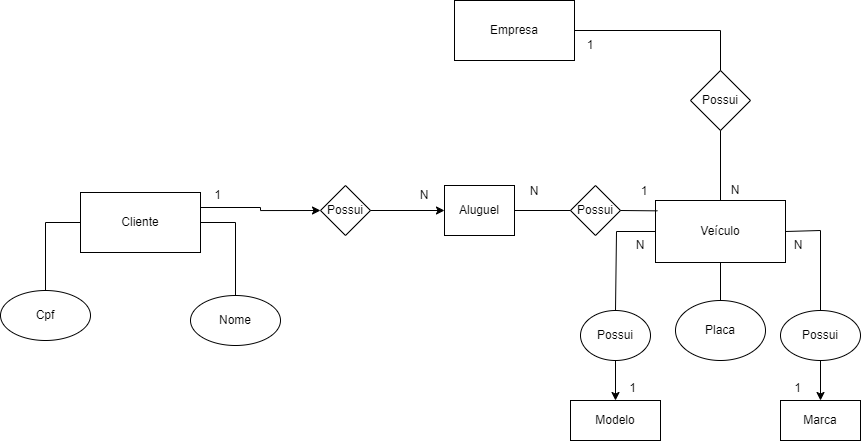
ngoteus/senai_sprrint1 keeps this draw.io diagram as exercicio_1.2/exercicio_1.2.drawio.png. Above is the earlier version. Source tidied: cells renumbered, new cells last; positions are measured from the earlier drawing's top-left corner, leaving out a move shared by most shapes.
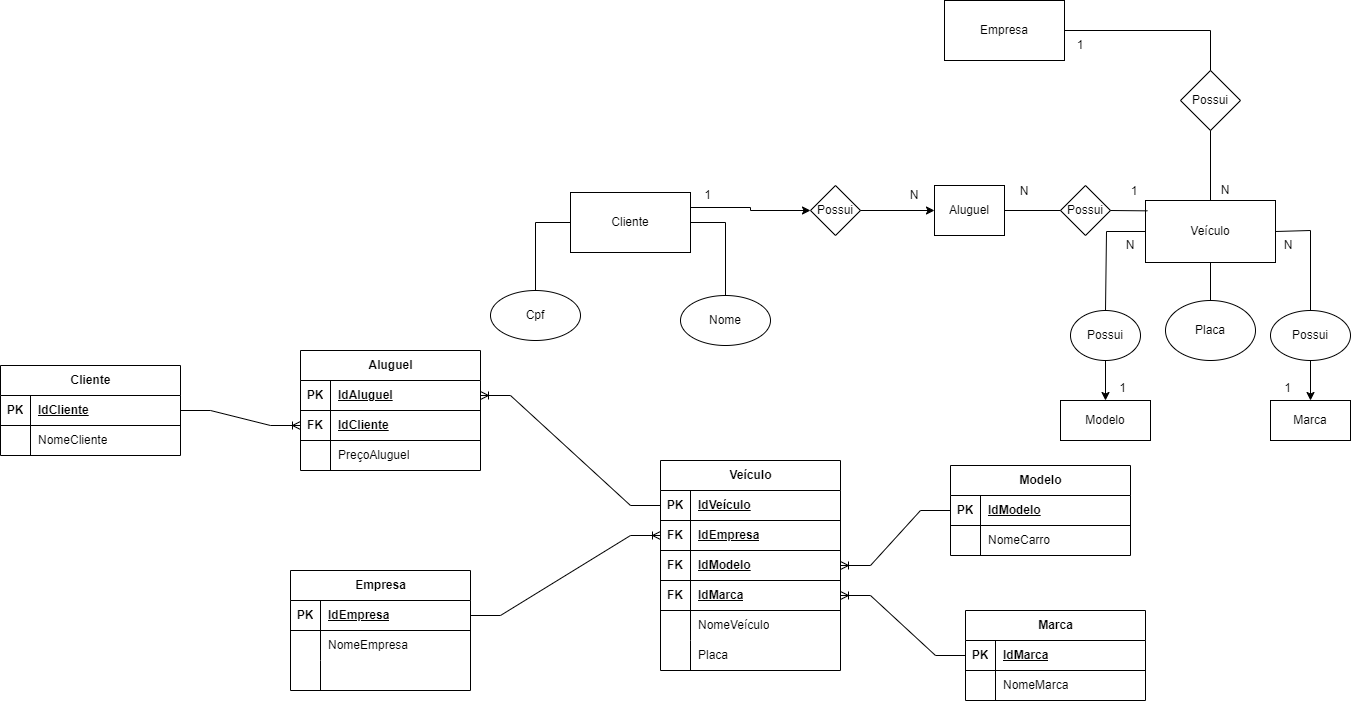
Above is the later version.

The edit, as a diff of the source:
```diff
@@ -133,5 +133,200 @@
     <mxCell id="38" value="N" style="text;html=1;strokeColor=none;fillColor=none;align=center;verticalAlign=middle;whiteSpace=wrap;rounded=0;" parent="1" vertex="1">
       <mxGeometry x="404" y="185" width="40" height="20" as="geometry" />
     </mxCell>
+    <mxCell id="39" value="Empresa" style="shape=table;startSize=30;rowLines=0;fontStyle=1;align=center;html=1;" parent="1" vertex="1">
+      <mxGeometry x="-200" y="570" width="180" height="120" as="geometry" />
+    </mxCell>
+    <mxCell id="40" style="shape=tableRow;horizontal=0;startSize=0;swimlaneHead=0;swimlaneBody=0;fillColor=none;points=[[0,0.5],[1,0.5]];portConstraint=eastwest;top=0;left=0;right=0;bottom=1;" parent="39" vertex="1">
+      <mxGeometry y="30" width="180" height="30" as="geometry" />
+    </mxCell>
+    <mxCell id="41" value="PK" style="shape=partialRectangle;fillColor=none;top=0;left=0;bottom=0;right=0;fontStyle=1;overflow=hidden;whiteSpace=wrap;html=1;" parent="40" vertex="1">
+      <mxGeometry width="30" height="30" as="geometry" />
+    </mxCell>
+    <mxCell id="42" value="IdEmpresa" style="shape=partialRectangle;fillColor=none;top=0;left=0;bottom=0;right=0;align=left;spacingLeft=6;fontStyle=5;overflow=hidden;whiteSpace=wrap;html=1;" parent="40" vertex="1">
+      <mxGeometry x="30" width="150" height="30" as="geometry" />
+    </mxCell>
+    <mxCell id="43" style="shape=tableRow;horizontal=0;startSize=0;swimlaneHead=0;swimlaneBody=0;fillColor=none;top=0;left=0;right=0;bottom=0;" parent="39" vertex="1">
+      <mxGeometry y="60" width="180" height="30" as="geometry" />
+    </mxCell>
+    <mxCell id="44" style="shape=partialRectangle;fillColor=none;top=0;left=0;bottom=0;right=0;overflow=hidden;whiteSpace=wrap;html=1;" parent="43" vertex="1">
+      <mxGeometry width="30" height="30" as="geometry" />
+    </mxCell>
+    <mxCell id="45" value="NomeEmpresa" style="shape=partialRectangle;fillColor=none;top=0;left=0;bottom=0;right=0;align=left;spacingLeft=6;overflow=hidden;whiteSpace=wrap;html=1;" parent="43" vertex="1">
+      <mxGeometry x="30" width="150" height="30" as="geometry" />
+    </mxCell>
+    <mxCell id="46" style="shape=tableRow;horizontal=0;startSize=0;swimlaneHead=0;swimlaneBody=0;fillColor=none;top=0;left=0;right=0;bottom=0;" parent="39" vertex="1">
+      <mxGeometry y="90" width="180" height="30" as="geometry" />
+    </mxCell>
+    <mxCell id="47" style="shape=partialRectangle;fillColor=none;top=0;left=0;bottom=0;right=0;overflow=hidden;whiteSpace=wrap;html=1;" parent="46" vertex="1">
+      <mxGeometry width="30" height="30" as="geometry" />
+    </mxCell>
+    <mxCell id="48" style="shape=partialRectangle;fillColor=none;top=0;left=0;bottom=0;right=0;align=left;spacingLeft=6;overflow=hidden;whiteSpace=wrap;html=1;" parent="46" vertex="1">
+      <mxGeometry x="30" width="150" height="30" as="geometry" />
+    </mxCell>
+    <mxCell id="49" value="Veículo" style="shape=table;startSize=30;rowLines=0;fontStyle=1;align=center;html=1;" parent="1" vertex="1">
+      <mxGeometry x="170" y="460" width="180" height="210" as="geometry" />
+    </mxCell>
+    <mxCell id="50" style="shape=tableRow;horizontal=0;startSize=0;swimlaneHead=0;swimlaneBody=0;fillColor=none;points=[[0,0.5],[1,0.5]];portConstraint=eastwest;top=0;left=0;right=0;bottom=1;" parent="49" vertex="1">
+      <mxGeometry y="30" width="180" height="30" as="geometry" />
+    </mxCell>
+    <mxCell id="51" value="PK" style="shape=partialRectangle;fillColor=none;top=0;left=0;bottom=0;right=0;fontStyle=1;overflow=hidden;whiteSpace=wrap;html=1;" parent="50" vertex="1">
+      <mxGeometry width="30" height="30" as="geometry" />
+    </mxCell>
+    <mxCell id="52" value="IdVeículo" style="shape=partialRectangle;fillColor=none;top=0;left=0;bottom=0;right=0;align=left;spacingLeft=6;fontStyle=5;overflow=hidden;whiteSpace=wrap;html=1;" parent="50" vertex="1">
+      <mxGeometry x="30" width="150" height="30" as="geometry" />
+    </mxCell>
+    <mxCell id="53" style="shape=tableRow;horizontal=0;startSize=0;swimlaneHead=0;swimlaneBody=0;fillColor=none;points=[[0,0.5],[1,0.5]];portConstraint=eastwest;top=0;left=0;right=0;bottom=1;" parent="49" vertex="1">
+      <mxGeometry y="60" width="180" height="30" as="geometry" />
+    </mxCell>
+    <mxCell id="54" value="FK" style="shape=partialRectangle;fillColor=none;top=0;left=0;bottom=0;right=0;fontStyle=1;overflow=hidden;whiteSpace=wrap;html=1;" parent="53" vertex="1">
+      <mxGeometry width="30" height="30" as="geometry" />
+    </mxCell>
+    <mxCell id="55" value="IdEmpresa" style="shape=partialRectangle;fillColor=none;top=0;left=0;bottom=0;right=0;align=left;spacingLeft=6;fontStyle=5;overflow=hidden;whiteSpace=wrap;html=1;" parent="53" vertex="1">
+      <mxGeometry x="30" width="150" height="30" as="geometry" />
+    </mxCell>
+    <mxCell id="56" style="shape=tableRow;horizontal=0;startSize=0;swimlaneHead=0;swimlaneBody=0;fillColor=none;points=[[0,0.5],[1,0.5]];portConstraint=eastwest;top=0;left=0;right=0;bottom=1;" parent="49" vertex="1">
+      <mxGeometry y="90" width="180" height="30" as="geometry" />
+    </mxCell>
+    <mxCell id="57" value="FK" style="shape=partialRectangle;fillColor=none;top=0;left=0;bottom=0;right=0;fontStyle=1;overflow=hidden;whiteSpace=wrap;html=1;" parent="56" vertex="1">
+      <mxGeometry width="30" height="30" as="geometry" />
+    </mxCell>
+    <mxCell id="58" value="IdModelo" style="shape=partialRectangle;fillColor=none;top=0;left=0;bottom=0;right=0;align=left;spacingLeft=6;fontStyle=5;overflow=hidden;whiteSpace=wrap;html=1;" parent="56" vertex="1">
+      <mxGeometry x="30" width="150" height="30" as="geometry" />
+    </mxCell>
+    <mxCell id="59" style="shape=tableRow;horizontal=0;startSize=0;swimlaneHead=0;swimlaneBody=0;fillColor=none;points=[[0,0.5],[1,0.5]];portConstraint=eastwest;top=0;left=0;right=0;bottom=1;" parent="49" vertex="1">
+      <mxGeometry y="120" width="180" height="30" as="geometry" />
+    </mxCell>
+    <mxCell id="60" value="FK" style="shape=partialRectangle;fillColor=none;top=0;left=0;bottom=0;right=0;fontStyle=1;overflow=hidden;whiteSpace=wrap;html=1;" parent="59" vertex="1">
+      <mxGeometry width="30" height="30" as="geometry" />
+    </mxCell>
+    <mxCell id="61" value="IdMarca" style="shape=partialRectangle;fillColor=none;top=0;left=0;bottom=0;right=0;align=left;spacingLeft=6;fontStyle=5;overflow=hidden;whiteSpace=wrap;html=1;" parent="59" vertex="1">
+      <mxGeometry x="30" width="150" height="30" as="geometry" />
+    </mxCell>
+    <mxCell id="62" style="shape=tableRow;horizontal=0;startSize=0;swimlaneHead=0;swimlaneBody=0;fillColor=none;top=0;left=0;right=0;bottom=0;" parent="49" vertex="1">
+      <mxGeometry y="150" width="180" height="30" as="geometry" />
+    </mxCell>
+    <mxCell id="63" style="shape=partialRectangle;fillColor=none;top=0;left=0;bottom=0;right=0;overflow=hidden;whiteSpace=wrap;html=1;" parent="62" vertex="1">
+      <mxGeometry width="30" height="30" as="geometry" />
+    </mxCell>
+    <mxCell id="64" value="NomeVeículo" style="shape=partialRectangle;fillColor=none;top=0;left=0;bottom=0;right=0;align=left;spacingLeft=6;overflow=hidden;whiteSpace=wrap;html=1;" parent="62" vertex="1">
+      <mxGeometry x="30" width="150" height="30" as="geometry" />
+    </mxCell>
+    <mxCell id="65" style="shape=tableRow;horizontal=0;startSize=0;swimlaneHead=0;swimlaneBody=0;fillColor=none;top=0;left=0;right=0;bottom=0;" parent="49" vertex="1">
+      <mxGeometry y="180" width="180" height="30" as="geometry" />
+    </mxCell>
+    <mxCell id="66" style="shape=partialRectangle;fillColor=none;top=0;left=0;bottom=0;right=0;overflow=hidden;whiteSpace=wrap;html=1;" parent="65" vertex="1">
+      <mxGeometry width="30" height="30" as="geometry" />
+    </mxCell>
+    <mxCell id="67" value="Placa" style="shape=partialRectangle;fillColor=none;top=0;left=0;bottom=0;right=0;align=left;spacingLeft=6;overflow=hidden;whiteSpace=wrap;html=1;" parent="65" vertex="1">
+      <mxGeometry x="30" width="150" height="30" as="geometry" />
+    </mxCell>
+    <mxCell id="68" value="Modelo" style="shape=table;startSize=30;rowLines=0;fontStyle=1;align=center;html=1;" parent="1" vertex="1">
+      <mxGeometry x="460" y="465" width="180" height="90" as="geometry" />
+    </mxCell>
+    <mxCell id="69" style="shape=tableRow;horizontal=0;startSize=0;swimlaneHead=0;swimlaneBody=0;fillColor=none;points=[[0,0.5],[1,0.5]];portConstraint=eastwest;top=0;left=0;right=0;bottom=1;" parent="68" vertex="1">
+      <mxGeometry y="30" width="180" height="30" as="geometry" />
+    </mxCell>
+    <mxCell id="70" value="PK" style="shape=partialRectangle;fillColor=none;top=0;left=0;bottom=0;right=0;fontStyle=1;overflow=hidden;whiteSpace=wrap;html=1;" parent="69" vertex="1">
+      <mxGeometry width="30" height="30" as="geometry" />
+    </mxCell>
+    <mxCell id="71" value="IdModelo" style="shape=partialRectangle;fillColor=none;top=0;left=0;bottom=0;right=0;align=left;spacingLeft=6;fontStyle=5;overflow=hidden;whiteSpace=wrap;html=1;" parent="69" vertex="1">
+      <mxGeometry x="30" width="150" height="30" as="geometry" />
+    </mxCell>
+    <mxCell id="72" style="shape=tableRow;horizontal=0;startSize=0;swimlaneHead=0;swimlaneBody=0;fillColor=none;top=0;left=0;right=0;bottom=0;" parent="68" vertex="1">
+      <mxGeometry y="60" width="180" height="30" as="geometry" />
+    </mxCell>
+    <mxCell id="73" style="shape=partialRectangle;fillColor=none;top=0;left=0;bottom=0;right=0;overflow=hidden;whiteSpace=wrap;html=1;" parent="72" vertex="1">
+      <mxGeometry width="30" height="30" as="geometry" />
+    </mxCell>
+    <mxCell id="74" value="NomeCarro" style="shape=partialRectangle;fillColor=none;top=0;left=0;bottom=0;right=0;align=left;spacingLeft=6;overflow=hidden;whiteSpace=wrap;html=1;" parent="72" vertex="1">
+      <mxGeometry x="30" width="150" height="30" as="geometry" />
+    </mxCell>
+    <mxCell id="75" value="Marca" style="shape=table;startSize=30;rowLines=0;fontStyle=1;align=center;html=1;" parent="1" vertex="1">
+      <mxGeometry x="475" y="610" width="180" height="90" as="geometry" />
+    </mxCell>
+    <mxCell id="76" style="shape=tableRow;horizontal=0;startSize=0;swimlaneHead=0;swimlaneBody=0;fillColor=none;points=[[0,0.5],[1,0.5]];portConstraint=eastwest;top=0;left=0;right=0;bottom=1;" parent="75" vertex="1">
+      <mxGeometry y="30" width="180" height="30" as="geometry" />
+    </mxCell>
+    <mxCell id="77" value="PK" style="shape=partialRectangle;fillColor=none;top=0;left=0;bottom=0;right=0;fontStyle=1;overflow=hidden;whiteSpace=wrap;html=1;" parent="76" vertex="1">
+      <mxGeometry width="30" height="30" as="geometry" />
+    </mxCell>
+    <mxCell id="78" value="IdMarca" style="shape=partialRectangle;fillColor=none;top=0;left=0;bottom=0;right=0;align=left;spacingLeft=6;fontStyle=5;overflow=hidden;whiteSpace=wrap;html=1;" parent="76" vertex="1">
+      <mxGeometry x="30" width="150" height="30" as="geometry" />
+    </mxCell>
+    <mxCell id="79" style="shape=tableRow;horizontal=0;startSize=0;swimlaneHead=0;swimlaneBody=0;fillColor=none;top=0;left=0;right=0;bottom=0;" parent="75" vertex="1">
+      <mxGeometry y="60" width="180" height="30" as="geometry" />
+    </mxCell>
+    <mxCell id="80" style="shape=partialRectangle;fillColor=none;top=0;left=0;bottom=0;right=0;overflow=hidden;whiteSpace=wrap;html=1;" parent="79" vertex="1">
+      <mxGeometry width="30" height="30" as="geometry" />
+    </mxCell>
+    <mxCell id="81" value="NomeMarca" style="shape=partialRectangle;fillColor=none;top=0;left=0;bottom=0;right=0;align=left;spacingLeft=6;overflow=hidden;whiteSpace=wrap;html=1;" parent="79" vertex="1">
+      <mxGeometry x="30" width="150" height="30" as="geometry" />
+    </mxCell>
+    <mxCell id="82" value="Aluguel" style="shape=table;startSize=30;rowLines=0;fontStyle=1;align=center;html=1;" parent="1" vertex="1">
+      <mxGeometry x="-190" y="350" width="180" height="120" as="geometry" />
+    </mxCell>
+    <mxCell id="83" style="shape=tableRow;horizontal=0;startSize=0;swimlaneHead=0;swimlaneBody=0;fillColor=none;points=[[0,0.5],[1,0.5]];portConstraint=eastwest;top=0;left=0;right=0;bottom=1;" parent="82" vertex="1">
+      <mxGeometry y="30" width="180" height="30" as="geometry" />
+    </mxCell>
+    <mxCell id="84" value="PK" style="shape=partialRectangle;fillColor=none;top=0;left=0;bottom=0;right=0;fontStyle=1;overflow=hidden;whiteSpace=wrap;html=1;" parent="83" vertex="1">
+      <mxGeometry width="30" height="30" as="geometry" />
+    </mxCell>
+    <mxCell id="85" value="IdAluguel" style="shape=partialRectangle;fillColor=none;top=0;left=0;bottom=0;right=0;align=left;spacingLeft=6;fontStyle=5;overflow=hidden;whiteSpace=wrap;html=1;" parent="83" vertex="1">
+      <mxGeometry x="30" width="150" height="30" as="geometry" />
+    </mxCell>
+    <mxCell id="86" style="shape=tableRow;horizontal=0;startSize=0;swimlaneHead=0;swimlaneBody=0;fillColor=none;points=[[0,0.5],[1,0.5]];portConstraint=eastwest;top=0;left=0;right=0;bottom=1;" parent="82" vertex="1">
+      <mxGeometry y="60" width="180" height="30" as="geometry" />
+    </mxCell>
+    <mxCell id="87" value="FK" style="shape=partialRectangle;fillColor=none;top=0;left=0;bottom=0;right=0;fontStyle=1;overflow=hidden;whiteSpace=wrap;html=1;" parent="86" vertex="1">
+      <mxGeometry width="30" height="30" as="geometry" />
+    </mxCell>
+    <mxCell id="88" value="IdCliente" style="shape=partialRectangle;fillColor=none;top=0;left=0;bottom=0;right=0;align=left;spacingLeft=6;fontStyle=5;overflow=hidden;whiteSpace=wrap;html=1;" parent="86" vertex="1">
+      <mxGeometry x="30" width="150" height="30" as="geometry" />
+    </mxCell>
+    <mxCell id="89" style="shape=tableRow;horizontal=0;startSize=0;swimlaneHead=0;swimlaneBody=0;fillColor=none;top=0;left=0;right=0;bottom=0;" parent="82" vertex="1">
+      <mxGeometry y="90" width="180" height="30" as="geometry" />
+    </mxCell>
+    <mxCell id="90" style="shape=partialRectangle;fillColor=none;top=0;left=0;bottom=0;right=0;overflow=hidden;whiteSpace=wrap;html=1;" parent="89" vertex="1">
+      <mxGeometry width="30" height="30" as="geometry" />
+    </mxCell>
+    <mxCell id="91" value="PreçoAluguel" style="shape=partialRectangle;fillColor=none;top=0;left=0;bottom=0;right=0;align=left;spacingLeft=6;overflow=hidden;whiteSpace=wrap;html=1;" parent="89" vertex="1">
+      <mxGeometry x="30" width="150" height="30" as="geometry" />
+    </mxCell>
+    <mxCell id="92" value="Cliente" style="shape=table;startSize=30;rowLines=0;fontStyle=1;align=center;html=1;" parent="1" vertex="1">
+      <mxGeometry x="-490" y="365" width="180" height="90" as="geometry" />
+    </mxCell>
+    <mxCell id="93" style="shape=tableRow;horizontal=0;startSize=0;swimlaneHead=0;swimlaneBody=0;fillColor=none;points=[[0,0.5],[1,0.5]];portConstraint=eastwest;top=0;left=0;right=0;bottom=1;" parent="92" vertex="1">
+      <mxGeometry y="30" width="180" height="30" as="geometry" />
+    </mxCell>
+    <mxCell id="94" value="PK" style="shape=partialRectangle;fillColor=none;top=0;left=0;bottom=0;right=0;fontStyle=1;overflow=hidden;whiteSpace=wrap;html=1;" parent="93" vertex="1">
+      <mxGeometry width="30" height="30" as="geometry" />
+    </mxCell>
+    <mxCell id="95" value="IdCliente" style="shape=partialRectangle;fillColor=none;top=0;left=0;bottom=0;right=0;align=left;spacingLeft=6;fontStyle=5;overflow=hidden;whiteSpace=wrap;html=1;" parent="93" vertex="1">
+      <mxGeometry x="30" width="150" height="30" as="geometry" />
+    </mxCell>
+    <mxCell id="96" style="shape=tableRow;horizontal=0;startSize=0;swimlaneHead=0;swimlaneBody=0;fillColor=none;top=0;left=0;right=0;bottom=0;" parent="92" vertex="1">
+      <mxGeometry y="60" width="180" height="30" as="geometry" />
+    </mxCell>
+    <mxCell id="97" style="shape=partialRectangle;fillColor=none;top=0;left=0;bottom=0;right=0;overflow=hidden;whiteSpace=wrap;html=1;" parent="96" vertex="1">
+      <mxGeometry width="30" height="30" as="geometry" />
+    </mxCell>
+    <mxCell id="98" value="NomeCliente" style="shape=partialRectangle;fillColor=none;top=0;left=0;bottom=0;right=0;align=left;spacingLeft=6;overflow=hidden;whiteSpace=wrap;html=1;" parent="96" vertex="1">
+      <mxGeometry x="30" width="150" height="30" as="geometry" />
+    </mxCell>
+    <mxCell id="99" style="edgeStyle=entityRelationEdgeStyle;fontSize=12;html=1;endArrow=ERoneToMany;rounded=0;exitX=1;exitY=0.5;exitDx=0;exitDy=0;entryX=0;entryY=0.5;entryDx=0;entryDy=0;" parent="1" edge="1" source="40" target="53">
+      <mxGeometry relative="1" as="geometry" />
+    </mxCell>
+    <mxCell id="100" style="edgeStyle=entityRelationEdgeStyle;fontSize=12;html=1;endArrow=ERoneToMany;rounded=0;entryX=1;entryY=0.5;entryDx=0;entryDy=0;exitX=0;exitY=0.5;exitDx=0;exitDy=0;" parent="1" edge="1" source="69" target="56">
+      <mxGeometry relative="1" as="geometry" />
+    </mxCell>
+    <mxCell id="101" style="edgeStyle=entityRelationEdgeStyle;fontSize=12;html=1;endArrow=ERoneToMany;rounded=0;entryX=1;entryY=0.5;entryDx=0;entryDy=0;exitX=0;exitY=0.5;exitDx=0;exitDy=0;" parent="1" edge="1" source="76" target="59">
+      <mxGeometry relative="1" as="geometry" />
+    </mxCell>
+    <mxCell id="102" style="edgeStyle=entityRelationEdgeStyle;fontSize=12;html=1;endArrow=ERoneToMany;rounded=0;exitX=0;exitY=0.5;exitDx=0;exitDy=0;entryX=1;entryY=0.5;entryDx=0;entryDy=0;" parent="1" edge="1" source="50" target="83">
+      <mxGeometry relative="1" as="geometry" />
+    </mxCell>
+    <mxCell id="103" style="edgeStyle=entityRelationEdgeStyle;fontSize=12;html=1;endArrow=ERoneToMany;rounded=0;exitX=1;exitY=0.5;exitDx=0;exitDy=0;entryX=0;entryY=0.5;entryDx=0;entryDy=0;" parent="1" edge="1" source="93" target="86">
+      <mxGeometry relative="1" as="geometry" />
+    </mxCell>
   </root>
 </mxGraphModel>
```
